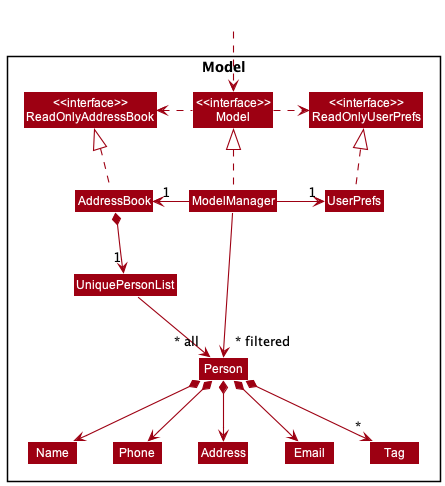
The PlantUML diagram docs/images/ModelClassDiagram.png in nus-cs2103-AY2223S1/tp, before a commit. The source it was exported from:
```plantuml
@startuml
!include style.puml
skinparam arrowThickness 1.1
skinparam arrowColor MODEL_COLOR
skinparam classBackgroundColor MODEL_COLOR

Package Model <<Rectangle>>{
Class "<<interface>>\nReadOnlyAddressBook" as ReadOnlyAddressBook
Class "<<interface>>\nReadOnlyUserPrefs" as ReadOnlyUserPrefs
Class "<<interface>>\nModel" as Model
Class AddressBook
Class ModelManager
Class UserPrefs

Class UniquePersonList
Class Person
Class Address
Class Email
Class Name
Class Phone
Class Tag

}

Class HiddenOutside #FFFFFF
HiddenOutside ..> Model

AddressBook .up.|> ReadOnlyAddressBook

ModelManager .up.|> Model
Model .right.> ReadOnlyUserPrefs
Model .left.> ReadOnlyAddressBook
ModelManager -left-> "1" AddressBook
ModelManager -right-> "1" UserPrefs
UserPrefs .up.|> ReadOnlyUserPrefs

AddressBook *--> "1" UniquePersonList
UniquePersonList --> "~* all" Person
Person *--> Name
Person *--> Phone
Person *--> Email
Person *--> Address
Person *--> "*" Tag

Name -[hidden]right-> Phone
Phone -[hidden]right-> Address
Address -[hidden]right-> Email

ModelManager -->"~* filtered" Person
@enduml
```
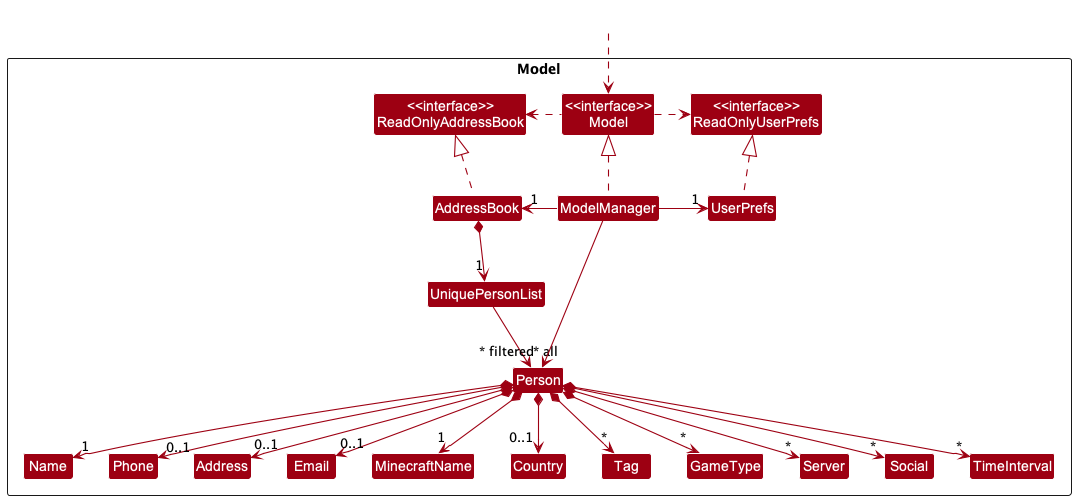
The same file after the commit.

Change to the diagram source:
```diff
@@ -17,9 +17,14 @@
 Class Address
 Class Email
 Class Name
+Class MinecraftName
+Class Country
 Class Phone
 Class Tag
-
+Class GameType
+Class Server
+Class Social
+Class TimeInterval
 }
 
 Class HiddenOutside #FFFFFF
@@ -36,11 +41,17 @@
 
 AddressBook *--> "1" UniquePersonList
 UniquePersonList --> "~* all" Person
-Person *--> Name
-Person *--> Phone
-Person *--> Email
-Person *--> Address
+Person *--> "1" Name
+Person *--> "1" MinecraftName
+Person *--> "0..1" Country
+Person *--> "0..1" Phone
+Person *--> "0..1" Email
+Person *--> "0..1" Address
 Person *--> "*" Tag
+Person *--> "*" GameType
+Person *--> "*" Server
+Person *--> "*" Social
+Person *--> "*" TimeInterval
 
 Name -[hidden]right-> Phone
 Phone -[hidden]right-> Address
```
